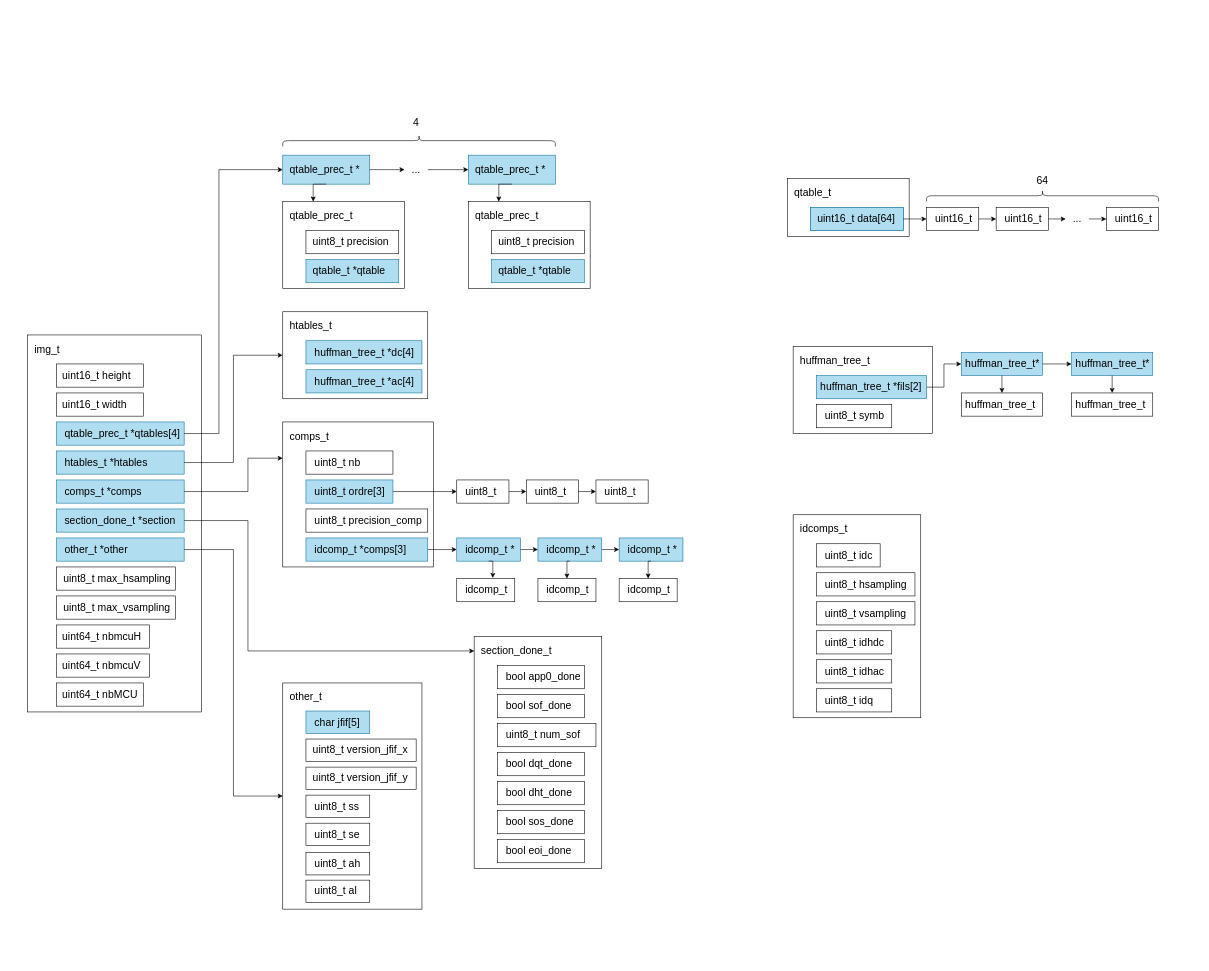
Earlier version of the draw.io diagram schemas/diagram_img.drawio (GabrielTessier/jpeg_decoder). Source tidied: cells renumbered, new cells numbered last; positions are measured from the earlier drawing's top-left corner, leaving out a move shared by most shapes. Both pictures are drawn from the tidied source at 58%, with x=0, y=0 at pixel (10, 4).
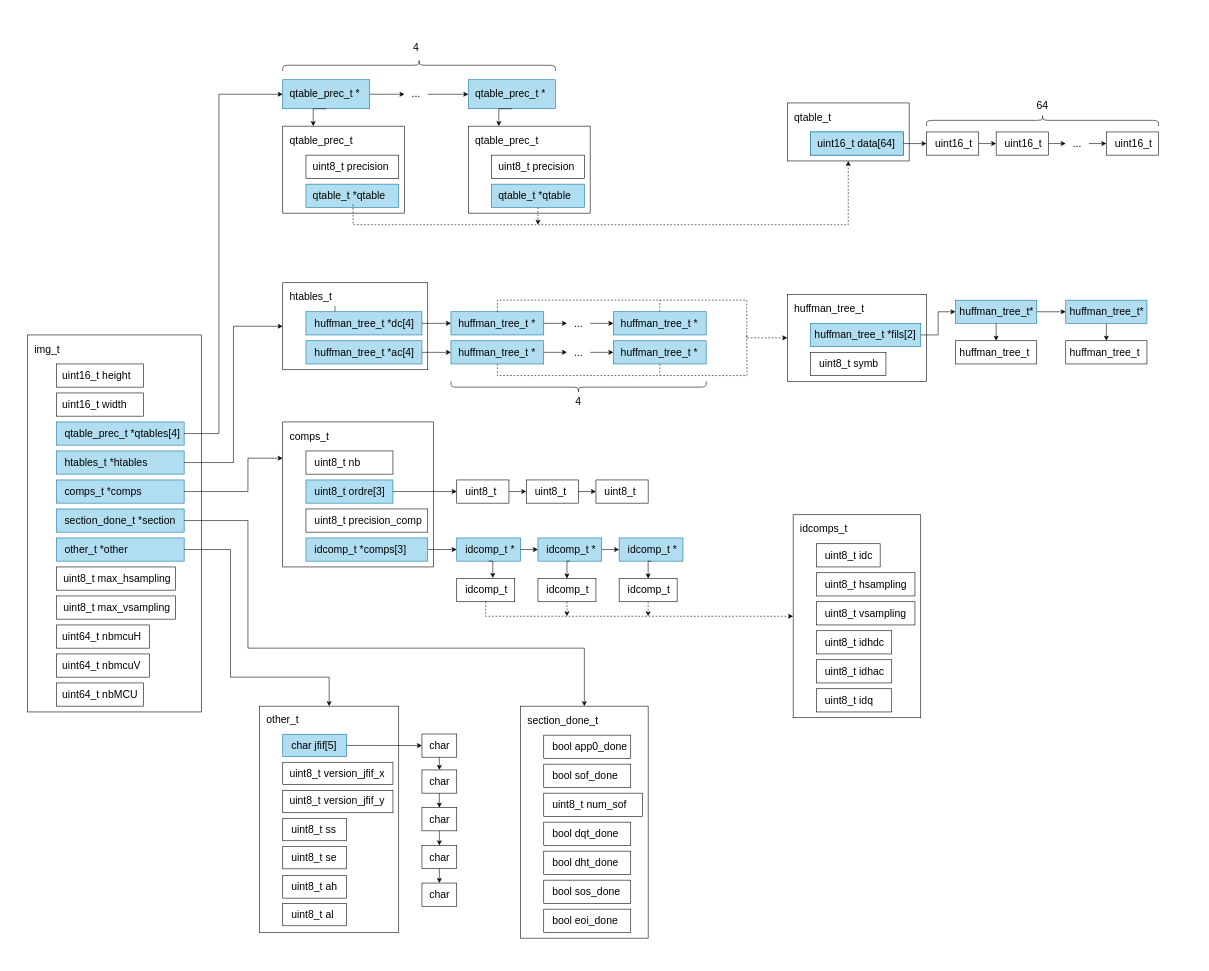
Above is the later version.

The change refers to these unchanged cells:
```xml
<mxCell id="8" value="&lt;div&gt;qtable_prec_t *qtables[4]&lt;/div&gt;" style="text;html=1;align=left;verticalAlign=middle;whiteSpace=wrap;rounded=0;fontSize=18;" parent="6" vertex="1">
  <mxGeometry x="11.6" y="5" width="208.4" height="30" as="geometry" />
</mxCell>
<mxCell id="19" value="section_done_t *section" style="text;html=1;align=left;verticalAlign=middle;whiteSpace=wrap;rounded=0;fontSize=18;" parent="17" vertex="1">
  <mxGeometry x="11.6" y="5" width="208.4" height="30" as="geometry" />
</mxCell>
<mxCell id="22" value="other_t *other" style="text;html=1;align=left;verticalAlign=middle;whiteSpace=wrap;rounded=0;fontSize=18;" parent="20" vertex="1">
  <mxGeometry x="11.6" y="5" width="208.4" height="30" as="geometry" />
</mxCell>
<mxCell id="44" value="&lt;div align=&quot;left&quot;&gt;&lt;br&gt;&lt;/div&gt;" style="rounded=0;whiteSpace=wrap;html=1;" parent="43" vertex="1">
  <mxGeometry width="210" height="100" as="geometry" />
</mxCell>
<mxCell id="70" value="htables_t" style="text;html=1;align=left;verticalAlign=middle;whiteSpace=wrap;rounded=0;fontSize=18;" parent="68" vertex="1">
  <mxGeometry x="10" y="10" width="160" height="30" as="geometry" />
</mxCell>
<mxCell id="71" style="rounded=0;whiteSpace=wrap;html=1;fillColor=#b1ddf0;strokeColor=#10739e;" parent="68" vertex="1">
  <mxGeometry x="40" y="50" width="200" height="40" as="geometry" />
</mxCell>
<mxCell id="72" value="huffman_tree_t *dc[4]" style="text;html=1;align=left;verticalAlign=middle;whiteSpace=wrap;rounded=0;fontSize=18;" parent="68" vertex="1">
  <mxGeometry x="52.5" y="55" width="178" height="30" as="geometry" />
</mxCell>
<mxCell id="73" style="rounded=0;whiteSpace=wrap;html=1;fillColor=#b1ddf0;strokeColor=#10739e;" parent="68" vertex="1">
  <mxGeometry x="40" y="100" width="200" height="40" as="geometry" />
</mxCell>
<mxCell id="90" value="qtable_t *qtable" style="text;html=1;align=left;verticalAlign=middle;whiteSpace=wrap;rounded=0;fontSize=18;" parent="88" vertex="1">
  <mxGeometry x="10" y="5" width="142.4" height="30" as="geometry" />
</mxCell>
<mxCell id="92" style="rounded=0;whiteSpace=wrap;html=1;fillColor=#b1ddf0;strokeColor=#10739e;" parent="91" vertex="1">
  <mxGeometry width="150" height="50" as="geometry" />
</mxCell>
<mxCell id="100" style="group;" parent="94" vertex="1">
  <mxGeometry x="40" y="100" width="160" height="40" as="geometry" />
</mxCell>
<mxCell id="101" style="rounded=0;whiteSpace=wrap;html=1;fillColor=#b1ddf0;strokeColor=#10739e;" parent="100" vertex="1">
  <mxGeometry width="160" height="40" as="geometry" />
</mxCell>
<mxCell id="110" style="group;" parent="3" vertex="1">
  <mxGeometry x="470" y="720" width="690" height="310" as="geometry" />
</mxCell>
<mxCell id="150" style="rounded=0;whiteSpace=wrap;html=1;" parent="148" vertex="1">
  <mxGeometry width="100" height="40" as="geometry" />
</mxCell>
<mxCell id="153" style="group;" parent="110" vertex="1">
  <mxGeometry x="440" y="270" width="100" height="40" as="geometry" />
</mxCell>
<mxCell id="155" style="rounded=0;whiteSpace=wrap;html=1;" parent="153" vertex="1">
  <mxGeometry width="100" height="40" as="geometry" />
</mxCell>
<mxCell id="157" style="group;" parent="110" vertex="1">
  <mxGeometry x="580" y="270" width="100" height="40" as="geometry" />
</mxCell>
<mxCell id="159" style="rounded=0;whiteSpace=wrap;html=1;" parent="157" vertex="1">
  <mxGeometry width="100" height="40" as="geometry" />
</mxCell>
<mxCell id="164" value="&lt;div align=&quot;left&quot;&gt;&lt;br&gt;&lt;/div&gt;" style="rounded=0;whiteSpace=wrap;html=1;" parent="163" vertex="1">
  <mxGeometry width="220" height="400" as="geometry" />
</mxCell>
<mxCell id="185" value="&lt;div align=&quot;left&quot;&gt;&lt;br&gt;&lt;/div&gt;" style="rounded=0;whiteSpace=wrap;html=1;" parent="184" vertex="1">
  <mxGeometry width="240" height="390" as="geometry" />
</mxCell>
<mxCell id="187" style="rounded=0;whiteSpace=wrap;html=1;fillColor=#b1ddf0;strokeColor=#10739e;" parent="184" vertex="1">
  <mxGeometry x="40" y="48.4" width="110" height="38.7" as="geometry" />
</mxCell>
<mxCell id="202" value="&lt;div align=&quot;left&quot;&gt;&lt;br&gt;&lt;/div&gt;" style="rounded=0;whiteSpace=wrap;html=1;" parent="201" vertex="1">
  <mxGeometry width="240" height="150" as="geometry" />
</mxCell>
<mxCell id="223" value="&lt;div align=&quot;left&quot;&gt;&lt;br&gt;&lt;/div&gt;" style="rounded=0;whiteSpace=wrap;html=1;" parent="222" vertex="1">
  <mxGeometry width="220" height="350" as="geometry" />
</mxCell>
```

What changed in the source:
```diff
@@
     <mxCell id="2" style="whiteSpace=wrap;html=1;strokeColor=none;" parent="1" vertex="1">
-      <mxGeometry y="170" width="2050" height="1400" as="geometry" />
+      <mxGeometry y="10" width="2050" height="1640" as="geometry" />
     </mxCell>
@@
-    <mxCell id="41" style="edgeStyle=orthogonalEdgeStyle;rounded=0;jettySize=auto;html=1;exitX=1;exitY=0.5;exitDx=0;exitDy=0;entryX=0;entryY=0.5;entryDx=0;entryDy=0;" parent="3" edge="1" source="8" target="92">
-      <mxGeometry relative="1" as="geometry">
-        <Array as="points">
-          <mxPoint x="360" y="740" />
-          <mxPoint x="360" y="285" />
-        </Array>
-      </mxGeometry>
-    </mxCell>
     <mxCell id="42" style="group;" parent="3" vertex="1">
-      <mxGeometry x="1340" y="290" width="640" height="110" as="geometry" />
+      <mxGeometry x="1340" y="160" width="640" height="110" as="geometry" />
     </mxCell>
@@
     <mxCell id="68" style="group;" parent="3" vertex="1">
-      <mxGeometry x="470" y="530" width="250" height="150" as="geometry" />
+      <mxGeometry x="470" y="480" width="250" height="150" as="geometry" />
     </mxCell>
@@
+    <mxCell id="238" style="edgeStyle=orthogonalEdgeStyle;rounded=0;jettySize=auto;html=1;" parent="68" edge="1" source="70" target="72">
+      <mxGeometry relative="1" as="geometry" />
+    </mxCell>
@@
-    <mxCell id="77" style="edgeStyle=orthogonalEdgeStyle;rounded=0;jettySize=auto;html=1;exitX=1;exitY=0.5;exitDx=0;exitDy=0;entryX=0;entryY=0.5;entryDx=0;entryDy=0;" parent="3" edge="1" source="22" target="185">
-      <mxGeometry relative="1" as="geometry" />
-    </mxCell>
     <mxCell id="78" style="group;" parent="3" vertex="1">
-      <mxGeometry x="470" y="190" width="530" height="300" as="geometry" />
+      <mxGeometry x="470" y="60" width="530" height="300" as="geometry" />
     </mxCell>
@@
+    <mxCell id="239" style="edgeStyle=orthogonalEdgeStyle;rounded=0;jettySize=auto;html=1;exitX=0.5;exitY=1;exitDx=0;exitDy=0;dashed=1;" parent="100" edge="1" source="101">
+      <mxGeometry relative="1" as="geometry">
+        <mxPoint x="80" y="70" as="targetPoint" />
+      </mxGeometry>
+    </mxCell>
@@
+    <mxCell id="240" style="edgeStyle=orthogonalEdgeStyle;rounded=0;jettySize=auto;html=1;exitX=0.5;exitY=1;exitDx=0;exitDy=0;dashed=1;" parent="153" edge="1" source="155">
+      <mxGeometry relative="1" as="geometry">
+        <mxPoint x="50" y="65" as="targetPoint" />
+      </mxGeometry>
+    </mxCell>
@@
+    <mxCell id="241" style="edgeStyle=orthogonalEdgeStyle;rounded=0;jettySize=auto;html=1;exitX=0.5;exitY=1;exitDx=0;exitDy=0;dashed=1;" parent="157" edge="1" source="159">
+      <mxGeometry relative="1" as="geometry">
+        <mxPoint x="50" y="65" as="targetPoint" />
+      </mxGeometry>
+    </mxCell>
@@
+    <mxCell id="242" value="4" style="text;html=1;align=center;verticalAlign=middle;whiteSpace=wrap;rounded=0;fontSize=18;" parent="110" vertex="1">
+      <mxGeometry x="490" y="-50" width="40" height="30" as="geometry" />
+    </mxCell>
     <mxCell id="163" style="group;" parent="3" vertex="1">
-      <mxGeometry x="800" y="1090" width="220" height="400" as="geometry" />
+      <mxGeometry x="880" y="1210" width="220" height="400" as="geometry" />
     </mxCell>
@@
     <mxCell id="184" style="group;" parent="3" vertex="1">
-      <mxGeometry x="470" y="1170" width="240" height="390" as="geometry" />
+      <mxGeometry x="430" y="1210" width="240" height="390" as="geometry" />
     </mxCell>
@@
     <mxCell id="201" style="group;" parent="3" vertex="1">
-      <mxGeometry x="1350" y="590" width="620" height="150" as="geometry" />
+      <mxGeometry x="1340" y="500" width="620" height="150" as="geometry" />
     </mxCell>
@@
+    <mxCell id="243" style="edgeStyle=orthogonalEdgeStyle;rounded=0;jettySize=auto;html=1;exitX=0.5;exitY=1;exitDx=0;exitDy=0;entryX=0.5;entryY=1;entryDx=0;entryDy=0;dashed=1;" parent="3" edge="1" source="90" target="44">
+      <mxGeometry relative="1" as="geometry">
+        <Array as="points">
+          <mxPoint x="591" y="380" />
+          <mxPoint x="1445" y="380" />
+        </Array>
+      </mxGeometry>
+    </mxCell>
+    <mxCell id="244" style="edgeStyle=orthogonalEdgeStyle;rounded=0;jettySize=auto;html=1;exitX=0.5;exitY=1;exitDx=0;exitDy=0;entryX=0;entryY=0.5;entryDx=0;entryDy=0;dashed=1;" parent="3" edge="1" source="150" target="223">
+      <mxGeometry relative="1" as="geometry" />
+    </mxCell>
+    <mxCell id="245" style="group;" parent="3" vertex="1">
+      <mxGeometry x="760" y="530" width="160" height="40" as="geometry" />
+    </mxCell>
+    <mxCell id="246" style="rounded=0;whiteSpace=wrap;html=1;fillColor=#b1ddf0;strokeColor=#10739e;" parent="245" vertex="1">
+      <mxGeometry width="160" height="40" as="geometry" />
+    </mxCell>
+    <mxCell id="247" value="&lt;div align=&quot;left&quot;&gt;huffman_tree_t *&lt;/div&gt;" style="text;html=1;align=left;verticalAlign=middle;whiteSpace=wrap;rounded=0;fontSize=18;" parent="245" vertex="1">
+      <mxGeometry x="10.7" y="8" width="138.7" height="24" as="geometry" />
+    </mxCell>
+    <mxCell id="248" style="group;" parent="3" vertex="1">
+      <mxGeometry x="1040" y="530" width="160" height="40" as="geometry" />
+    </mxCell>
+    <mxCell id="249" style="edgeStyle=orthogonalEdgeStyle;rounded=0;jettySize=auto;html=1;exitX=0.5;exitY=0;exitDx=0;exitDy=0;dashed=1;endArrow=none;startFill=0;" parent="248" edge="1" source="250">
+      <mxGeometry relative="1" as="geometry">
+        <mxPoint x="80.2" y="-20" as="targetPoint" />
+      </mxGeometry>
+    </mxCell>
+    <mxCell id="250" style="rounded=0;whiteSpace=wrap;html=1;fillColor=#b1ddf0;strokeColor=#10739e;" parent="248" vertex="1">
+      <mxGeometry width="160" height="40" as="geometry" />
+    </mxCell>
+    <mxCell id="251" value="&lt;div align=&quot;left&quot;&gt;huffman_tree_t *&lt;/div&gt;" style="text;html=1;align=left;verticalAlign=middle;whiteSpace=wrap;rounded=0;fontSize=18;" parent="248" vertex="1">
+      <mxGeometry x="10.7" y="8" width="138.7" height="24" as="geometry" />
+    </mxCell>
+    <mxCell id="252" style="edgeStyle=orthogonalEdgeStyle;rounded=0;jettySize=auto;html=1;exitX=1;exitY=0.5;exitDx=0;exitDy=0;entryX=0;entryY=0.5;entryDx=0;entryDy=0;" parent="3" edge="1" source="253" target="250">
+      <mxGeometry relative="1" as="geometry" />
+    </mxCell>
+    <mxCell id="253" value="&lt;div&gt;...&lt;/div&gt;" style="text;html=1;align=center;verticalAlign=middle;whiteSpace=wrap;rounded=0;fontSize=18;" parent="3" vertex="1">
+      <mxGeometry x="960" y="535" width="40" height="30" as="geometry" />
+    </mxCell>
+    <mxCell id="254" style="edgeStyle=orthogonalEdgeStyle;rounded=0;jettySize=auto;html=1;exitX=1;exitY=0.5;exitDx=0;exitDy=0;" parent="3" edge="1" source="246" target="253">
+      <mxGeometry relative="1" as="geometry" />
+    </mxCell>
+    <mxCell id="255" style="group;" parent="3" vertex="1">
+      <mxGeometry x="760" y="580" width="160" height="40" as="geometry" />
+    </mxCell>
+    <mxCell id="256" style="edgeStyle=orthogonalEdgeStyle;rounded=0;jettySize=auto;html=1;exitX=0.5;exitY=1;exitDx=0;exitDy=0;endArrow=none;startFill=0;dashed=1;" parent="255" edge="1" source="257">
+      <mxGeometry relative="1" as="geometry">
+        <mxPoint x="510" y="-10" as="targetPoint" />
+      </mxGeometry>
+    </mxCell>
+    <mxCell id="257" style="rounded=0;whiteSpace=wrap;html=1;fillColor=#b1ddf0;strokeColor=#10739e;" parent="255" vertex="1">
+      <mxGeometry width="160" height="40" as="geometry" />
+    </mxCell>
+    <mxCell id="258" value="&lt;div align=&quot;left&quot;&gt;huffman_tree_t *&lt;/div&gt;" style="text;html=1;align=left;verticalAlign=middle;whiteSpace=wrap;rounded=0;fontSize=18;" parent="255" vertex="1">
+      <mxGeometry x="10.7" y="8" width="138.7" height="24" as="geometry" />
+    </mxCell>
+    <mxCell id="259" style="group;" parent="3" vertex="1">
+      <mxGeometry x="1040" y="580" width="160" height="40" as="geometry" />
+    </mxCell>
+    <mxCell id="260" style="edgeStyle=orthogonalEdgeStyle;rounded=0;jettySize=auto;html=1;exitX=0.5;exitY=1;exitDx=0;exitDy=0;dashed=1;endArrow=none;startFill=0;" parent="259" edge="1" source="261">
+      <mxGeometry relative="1" as="geometry">
+        <mxPoint x="80.2" y="60" as="targetPoint" />
+      </mxGeometry>
+    </mxCell>
+    <mxCell id="261" style="rounded=0;whiteSpace=wrap;html=1;fillColor=#b1ddf0;strokeColor=#10739e;" parent="259" vertex="1">
+      <mxGeometry width="160" height="40" as="geometry" />
+    </mxCell>
+    <mxCell id="262" value="&lt;div align=&quot;left&quot;&gt;huffman_tree_t *&lt;/div&gt;" style="text;html=1;align=left;verticalAlign=middle;whiteSpace=wrap;rounded=0;fontSize=18;" parent="259" vertex="1">
+      <mxGeometry x="10.7" y="8" width="138.7" height="24" as="geometry" />
+    </mxCell>
+    <mxCell id="263" style="edgeStyle=orthogonalEdgeStyle;rounded=0;jettySize=auto;html=1;exitX=1;exitY=0.5;exitDx=0;exitDy=0;entryX=0;entryY=0.5;entryDx=0;entryDy=0;" parent="3" edge="1" source="264" target="261">
+      <mxGeometry relative="1" as="geometry" />
+    </mxCell>
+    <mxCell id="264" value="&lt;div&gt;...&lt;/div&gt;" style="text;html=1;align=center;verticalAlign=middle;whiteSpace=wrap;rounded=0;fontSize=18;" parent="3" vertex="1">
+      <mxGeometry x="960" y="585" width="40" height="30" as="geometry" />
+    </mxCell>
+    <mxCell id="265" style="edgeStyle=orthogonalEdgeStyle;rounded=0;jettySize=auto;html=1;exitX=1;exitY=0.5;exitDx=0;exitDy=0;" parent="3" edge="1" source="257" target="264">
+      <mxGeometry relative="1" as="geometry" />
+    </mxCell>
+    <mxCell id="266" style="edgeStyle=orthogonalEdgeStyle;rounded=0;jettySize=auto;html=1;exitX=1;exitY=0.5;exitDx=0;exitDy=0;entryX=0;entryY=0.5;entryDx=0;entryDy=0;" parent="3" edge="1" source="71" target="246">
+      <mxGeometry relative="1" as="geometry" />
+    </mxCell>
+    <mxCell id="267" style="edgeStyle=orthogonalEdgeStyle;rounded=0;jettySize=auto;html=1;exitX=1;exitY=0.5;exitDx=0;exitDy=0;entryX=0;entryY=0.5;entryDx=0;entryDy=0;" parent="3" edge="1" source="73" target="257">
+      <mxGeometry relative="1" as="geometry" />
+    </mxCell>
+    <mxCell id="268" style="shape=curlyBracket;whiteSpace=wrap;html=1;rounded=1;labelPosition=left;verticalLabelPosition=middle;align=right;verticalAlign=middle;rotation=-90;" parent="3" vertex="1">
+      <mxGeometry x="970" y="440" width="20" height="440" as="geometry" />
+    </mxCell>
+    <mxCell id="269" style="edgeStyle=orthogonalEdgeStyle;rounded=0;jettySize=auto;html=1;exitX=0.5;exitY=0;exitDx=0;exitDy=0;entryX=0;entryY=0.5;entryDx=0;entryDy=0;dashed=1;" parent="3" edge="1" source="246" target="202">
+      <mxGeometry relative="1" as="geometry">
+        <Array as="points">
+          <mxPoint x="840" y="510" />
+          <mxPoint x="1270" y="510" />
+          <mxPoint x="1270" y="575" />
+        </Array>
+      </mxGeometry>
+    </mxCell>
+    <mxCell id="77" style="edgeStyle=orthogonalEdgeStyle;rounded=0;jettySize=auto;html=1;exitX=1;exitY=0.5;exitDx=0;exitDy=0;entryX=0.5;entryY=0;entryDx=0;entryDy=0;" parent="3" edge="1" source="22" target="185">
+      <mxGeometry relative="1" as="geometry">
+        <Array as="points">
+          <mxPoint x="380" y="940" />
+          <mxPoint x="380" y="1160" />
+          <mxPoint x="550" y="1160" />
+        </Array>
+      </mxGeometry>
+    </mxCell>
-    <mxCell id="237" style="edgeStyle=orthogonalEdgeStyle;rounded=0;jettySize=auto;html=1;exitX=1;exitY=0.5;exitDx=0;exitDy=0;entryX=0.001;entryY=0.062;entryDx=0;entryDy=0;entryPerimeter=0;" parent="3" edge="1" source="19" target="164">
+    <mxCell id="237" style="edgeStyle=orthogonalEdgeStyle;rounded=0;jettySize=auto;html=1;exitX=1;exitY=0.5;exitDx=0;exitDy=0;entryX=0.5;entryY=0;entryDx=0;entryDy=0;" parent="3" edge="1" source="19" target="164">
       <mxGeometry relative="1" as="geometry">
         <Array as="points">
           <mxPoint x="410" y="890" />
-          <mxPoint x="410" y="1115" />
+          <mxPoint x="410" y="1110" />
+          <mxPoint x="990" y="1110" />
         </Array>
       </mxGeometry>
     </mxCell>
+    <mxCell id="270" style="edgeStyle=orthogonalEdgeStyle;rounded=0;jettySize=auto;html=1;exitX=1;exitY=0.5;exitDx=0;exitDy=0;entryX=0;entryY=0.5;entryDx=0;entryDy=0;" parent="3" edge="1" source="187" target="272">
+      <mxGeometry relative="1" as="geometry" />
+    </mxCell>
+    <mxCell id="271" style="group;" parent="3" vertex="1">
+      <mxGeometry x="710" y="1258" width="60" height="40" as="geometry" />
+    </mxCell>
+    <mxCell id="272" style="rounded=0;whiteSpace=wrap;html=1;" parent="271" vertex="1">
+      <mxGeometry width="60" height="40" as="geometry" />
+    </mxCell>
+    <mxCell id="273" value="char" style="text;html=1;align=left;verticalAlign=middle;whiteSpace=wrap;rounded=0;fontSize=18;" parent="271" vertex="1">
+      <mxGeometry x="10.9" y="6" width="37.1" height="30" as="geometry" />
+    </mxCell>
+    <mxCell id="274" style="group;" parent="3" vertex="1">
+      <mxGeometry x="710" y="1320" width="60" height="40" as="geometry" />
+    </mxCell>
+    <mxCell id="275" style="rounded=0;whiteSpace=wrap;html=1;" parent="274" vertex="1">
+      <mxGeometry width="60" height="40" as="geometry" />
+    </mxCell>
+    <mxCell id="276" value="char" style="text;html=1;align=left;verticalAlign=middle;whiteSpace=wrap;rounded=0;fontSize=18;" parent="274" vertex="1">
+      <mxGeometry x="10.9" y="6" width="37.1" height="30" as="geometry" />
+    </mxCell>
+    <mxCell id="277" style="group;" parent="3" vertex="1">
+      <mxGeometry x="710" y="1385" width="60" height="40" as="geometry" />
+    </mxCell>
+    <mxCell id="278" style="rounded=0;whiteSpace=wrap;html=1;" parent="277" vertex="1">
+      <mxGeometry width="60" height="40" as="geometry" />
+    </mxCell>
+    <mxCell id="279" value="char" style="text;html=1;align=left;verticalAlign=middle;whiteSpace=wrap;rounded=0;fontSize=18;" parent="277" vertex="1">
+      <mxGeometry x="10.9" y="6" width="37.1" height="30" as="geometry" />
+    </mxCell>
+    <mxCell id="280" style="group;" parent="3" vertex="1">
+      <mxGeometry x="710" y="1515" width="60" height="40" as="geometry" />
+    </mxCell>
+    <mxCell id="281" style="rounded=0;whiteSpace=wrap;html=1;" parent="280" vertex="1">
+      <mxGeometry width="60" height="40" as="geometry" />
+    </mxCell>
+    <mxCell id="282" value="char" style="text;html=1;align=left;verticalAlign=middle;whiteSpace=wrap;rounded=0;fontSize=18;" parent="280" vertex="1">
+      <mxGeometry x="10.9" y="6" width="37.1" height="30" as="geometry" />
+    </mxCell>
+    <mxCell id="283" style="group;" parent="3" vertex="1">
+      <mxGeometry x="710" y="1450" width="60" height="40" as="geometry" />
+    </mxCell>
+    <mxCell id="284" style="rounded=0;whiteSpace=wrap;html=1;" parent="283" vertex="1">
+      <mxGeometry width="60" height="40" as="geometry" />
+    </mxCell>
+    <mxCell id="285" value="char" style="text;html=1;align=left;verticalAlign=middle;whiteSpace=wrap;rounded=0;fontSize=18;" parent="283" vertex="1">
+      <mxGeometry x="10.9" y="6" width="37.1" height="30" as="geometry" />
+    </mxCell>
+    <mxCell id="286" style="edgeStyle=orthogonalEdgeStyle;rounded=0;jettySize=auto;html=1;exitX=0.5;exitY=1;exitDx=0;exitDy=0;entryX=0.5;entryY=0;entryDx=0;entryDy=0;" parent="3" edge="1" source="272" target="275">
+      <mxGeometry relative="1" as="geometry" />
+    </mxCell>
+    <mxCell id="287" style="edgeStyle=orthogonalEdgeStyle;rounded=0;jettySize=auto;html=1;exitX=0.5;exitY=1;exitDx=0;exitDy=0;entryX=0.5;entryY=0;entryDx=0;entryDy=0;" parent="3" edge="1" source="275" target="278">
+      <mxGeometry relative="1" as="geometry" />
+    </mxCell>
+    <mxCell id="288" style="edgeStyle=orthogonalEdgeStyle;rounded=0;jettySize=auto;html=1;exitX=0.5;exitY=1;exitDx=0;exitDy=0;entryX=0.5;entryY=0;entryDx=0;entryDy=0;" parent="3" edge="1" source="278" target="284">
+      <mxGeometry relative="1" as="geometry" />
+    </mxCell>
+    <mxCell id="289" style="edgeStyle=orthogonalEdgeStyle;rounded=0;jettySize=auto;html=1;exitX=0.5;exitY=1;exitDx=0;exitDy=0;entryX=0.5;entryY=0;entryDx=0;entryDy=0;" parent="3" edge="1" source="284" target="281">
+      <mxGeometry relative="1" as="geometry" />
+    </mxCell>
+    <mxCell id="41" style="edgeStyle=orthogonalEdgeStyle;rounded=0;jettySize=auto;html=1;exitX=1;exitY=0.5;exitDx=0;exitDy=0;entryX=0;entryY=0.5;entryDx=0;entryDy=0;" parent="3" edge="1" source="8" target="92">
+      <mxGeometry relative="1" as="geometry">
+        <Array as="points">
+          <mxPoint x="360" y="740" />
+          <mxPoint x="360" y="155" />
+        </Array>
+      </mxGeometry>
+    </mxCell>
```
